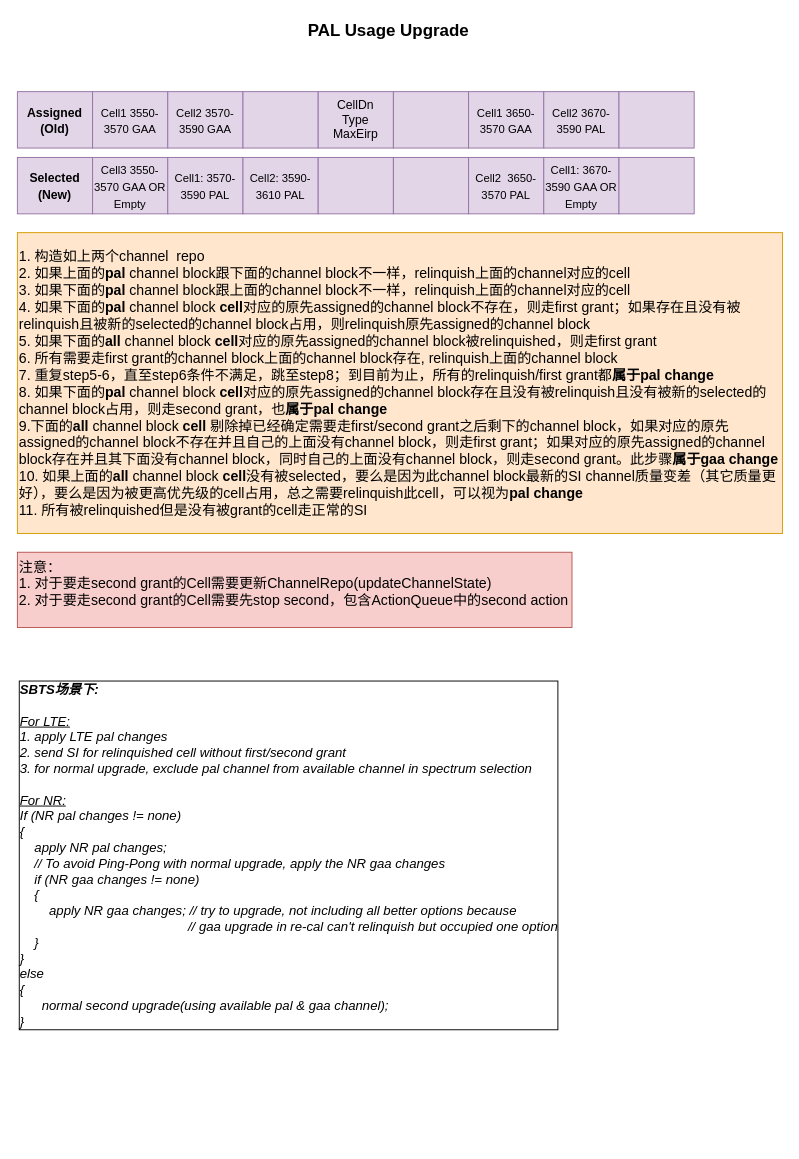
Before: Pal_Change_Algorithm.drawio in xdlhzdh/drawio, a draw.io diagram. Source tidied: cells renumbered, new cells numbered last; positions are measured from the earlier drawing's top-left corner, leaving out a move shared by most shapes. Both pictures are drawn from the tidied source at 94%, with x=0, y=0 at pixel (17, 16).
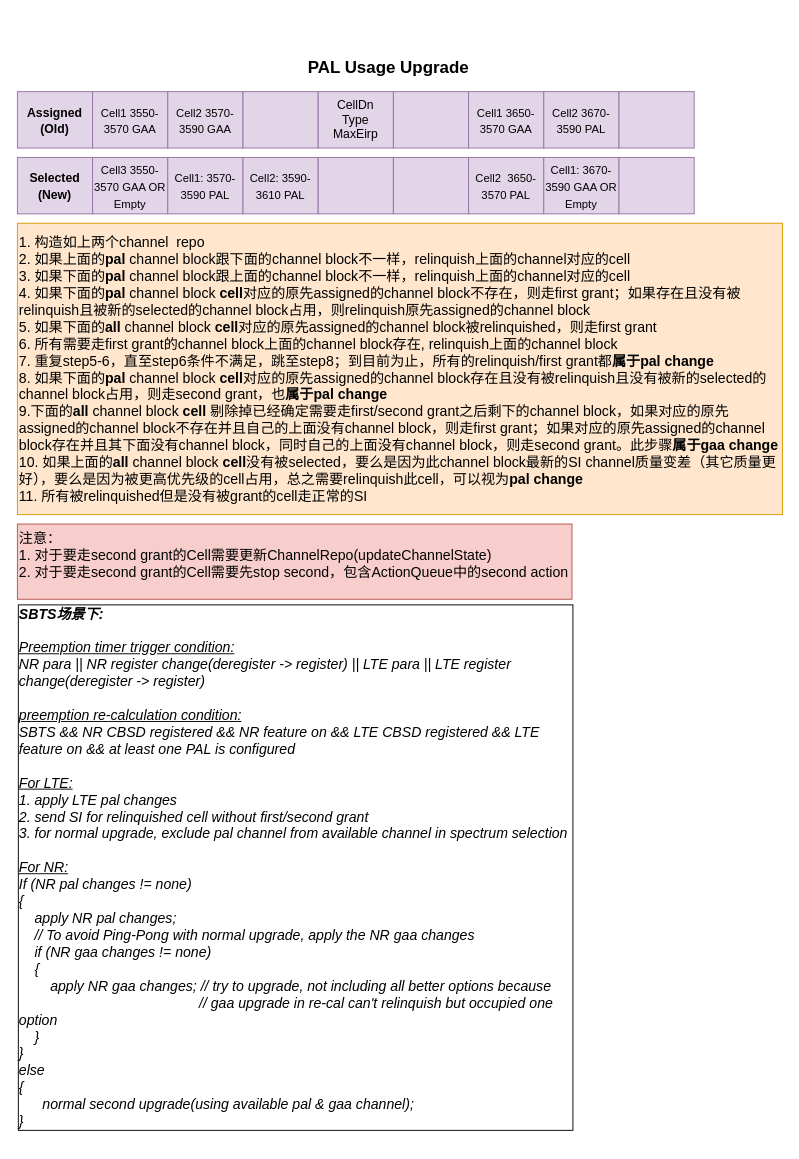
Above is the later version.

Change to the diagram source:
```diff
@@
     <mxCell id="2" value="1. 构造如上两个channel&amp;nbsp; repo&lt;br&gt;2. 如果上面的&lt;b&gt;pal &lt;/b&gt;channel block跟下面的channel block不一样，relinquish上面的channel对应的cell&lt;br&gt;3. 如果下面的&lt;b&gt;pal &lt;/b&gt;channel block跟上面的channel block不一样，relinquish上面的channel对应的cell&lt;br&gt;4. 如果下面的&lt;b&gt;pal &lt;/b&gt;channel block &lt;b&gt;cell&lt;/b&gt;对应的原先assigned的channel block不存在，则走first grant；如果存在且没有被relinquish且被新的selected的channel block占用，则relinquish原先assigned的channel block&lt;br&gt;5. 如果下面的&lt;b&gt;all &lt;/b&gt;channel block &lt;b&gt;cell&lt;/b&gt;对应的原先assigned的channel block被relinquished，则走first grant&lt;br&gt;6. 所有需要走first grant的channel block上面的channel block存在, relinquish上面的channel block&lt;br&gt;7. 重复step5-6，直至step6条件不满足，跳至step8；到目前为止，所有的relinquish/first grant都&lt;b&gt;属于pal change&lt;/b&gt;&lt;br&gt;8. 如果下面的&lt;b&gt;pal &lt;/b&gt;channel block &lt;b&gt;cell&lt;/b&gt;对应的原先assigned的channel block存在且没有被relinquish且没有被新的selected的channel block占用，则走second grant，也&lt;b&gt;属于pal change&lt;/b&gt;&lt;br&gt;9.下面的&lt;b&gt;all &lt;/b&gt;channel block &lt;b&gt;cell &lt;/b&gt;剔除掉已经确定需要走first/second grant之后剩下的channel block，如果对应的原先assigned的channel block不存在并且自己的上面没有channel block，则走first grant；如果对应的原先assigned的channel block存在并且其下面没有channel block，同时自己的上面没有channel block，则走second grant。此步骤&lt;b&gt;属于gaa change&lt;/b&gt;&lt;br&gt;10. 如果上面的&lt;b&gt;all&amp;nbsp;&lt;/b&gt;channel block &lt;b&gt;cell&lt;/b&gt;没有被selected，要么是因为此channel block最新的SI channel质量变差（其它质量更好），要么是因为被更高优先级的cell占用，总之需要relinquish此cell，可以视为&lt;b&gt;pal change&lt;/b&gt;&lt;br&gt;11. 所有被relinquished但是没有被grant的cell走正常的SI" style="rounded=0;whiteSpace=wrap;html=1;align=left;fontSize=15;fillColor=#ffe6cc;strokeColor=#d79b00;fontFamily=Helvetica;" parent="1" vertex="1">
-      <mxGeometry y="230" width="814" height="320" as="geometry" />
+      <mxGeometry y="220" width="814" height="310" as="geometry" />
     </mxCell>
@@
     <mxCell id="21" value="PAL Usage Upgrade" style="text;html=1;strokeColor=none;fillColor=none;align=center;verticalAlign=middle;whiteSpace=wrap;rounded=0;fontSize=18;fontColor=#000000;fontStyle=1;fontFamily=Helvetica;" parent="1" vertex="1">
-      <mxGeometry x="285" width="220" height="30" as="geometry" />
+      <mxGeometry x="285" y="40" width="220" height="30" as="geometry" />
     </mxCell>
     <mxCell id="22" value="&lt;font style=&quot;font-size: 15px&quot;&gt;注意：&lt;br&gt;1. 对于要走second grant的Cell需要更新ChannelRepo(updateChannelState)&lt;br&gt;2. 对于要走second grant的Cell需要先stop second，包含ActionQueue中的second action&lt;br&gt;&lt;/font&gt;" style="text;html=1;strokeColor=#b85450;fillColor=#f8cecc;align=left;verticalAlign=top;whiteSpace=wrap;rounded=0;fontSize=14;fontFamily=Helvetica;" parent="1" vertex="1">
-      <mxGeometry y="570" width="590" height="80" as="geometry" />
+      <mxGeometry y="540" width="590" height="80" as="geometry" />
     </mxCell>
-    <mxCell id="23" value="&lt;i&gt;&lt;b style=&quot;font-size: 14px;&quot;&gt;SBTS场景下:&lt;/b&gt;&lt;br style=&quot;font-size: 14px;&quot;&gt;&lt;br&gt;&lt;u style=&quot;&quot;&gt;For LTE:&lt;/u&gt;&lt;br style=&quot;font-size: 14px;&quot;&gt;1. apply LTE pal changes&lt;br style=&quot;font-size: 14px;&quot;&gt;2. send SI for relinquished cell without first/second grant&lt;br style=&quot;font-size: 14px;&quot;&gt;3. for normal upgrade, exclude pal channel from available channel in spectrum selection&amp;nbsp;&lt;br style=&quot;font-size: 14px;&quot;&gt;&lt;br style=&quot;font-size: 14px;&quot;&gt;&lt;u style=&quot;&quot;&gt;For NR:&lt;/u&gt;&lt;br style=&quot;font-size: 14px;&quot;&gt;If (NR pal changes != none)&lt;br style=&quot;font-size: 14px;&quot;&gt;{&lt;br style=&quot;font-size: 14px;&quot;&gt;&amp;nbsp; &amp;nbsp; apply NR pal changes;&lt;br&gt;&amp;nbsp; &amp;nbsp; // To avoid Ping-Pong with normal upgrade, apply the&amp;nbsp;&lt;/i&gt;&lt;i&gt;NR gaa changes&lt;/i&gt;&lt;i&gt;&lt;br style=&quot;font-size: 14px;&quot;&gt;&amp;nbsp; &amp;nbsp; if (NR gaa changes != none)&lt;br style=&quot;font-size: 14px;&quot;&gt;&amp;nbsp; &amp;nbsp; {&lt;br style=&quot;font-size: 14px;&quot;&gt;&amp;nbsp; &amp;nbsp; &amp;nbsp; &amp;nbsp; apply NR gaa changes; // try to upgrade, not including all better options because&amp;nbsp;&lt;br&gt;&amp;nbsp; &amp;nbsp; &amp;nbsp; &amp;nbsp; &amp;nbsp; &amp;nbsp; &amp;nbsp; &amp;nbsp; &amp;nbsp; &amp;nbsp; &amp;nbsp; &amp;nbsp; &amp;nbsp; &amp;nbsp; &amp;nbsp; &amp;nbsp; &amp;nbsp; &amp;nbsp; &amp;nbsp; &amp;nbsp; &amp;nbsp; &amp;nbsp; &amp;nbsp; // gaa upgrade in re-cal can't relinquish but occupied one option&lt;br style=&quot;font-size: 14px;&quot;&gt;&amp;nbsp; &amp;nbsp; }&lt;br style=&quot;font-size: 14px;&quot;&gt;}&lt;br style=&quot;font-size: 14px;&quot;&gt;else&lt;br style=&quot;font-size: 14px;&quot;&gt;{&lt;br style=&quot;font-size: 14px;&quot;&gt;&amp;nbsp; &amp;nbsp; &amp;nbsp; normal second upgrade(using available pal &amp;amp; gaa channel);&lt;br style=&quot;font-size: 14px;&quot;&gt;}&lt;/i&gt;" style="text;html=1;strokeColor=none;fillColor=none;align=left;verticalAlign=top;whiteSpace=wrap;rounded=0;fontSize=14;fontFamily=Helvetica;labelBorderColor=default;labelBackgroundColor=none;sketch=0;shadow=0;glass=0;" parent="1" vertex="1">
-      <mxGeometry y="700" width="594" height="380" as="geometry" />
+    <mxCell id="23" value="&lt;font style=&quot;font-size: 15px;&quot;&gt;&lt;font style=&quot;font-size: 15px;&quot;&gt;&lt;b style=&quot;font-style: italic;&quot;&gt;SBTS场景下:&lt;br&gt;&lt;/b&gt;&lt;br&gt;&lt;i style=&quot;&quot;&gt;&lt;u&gt;Preemption timer trigger condition:&lt;/u&gt;&lt;br&gt;NR para || NR register change(deregister -&amp;gt; register) || LTE para || LTE register change(deregister -&amp;gt; register)&lt;br&gt;&lt;br&gt;&lt;u&gt;preemption re-calculation condition:&lt;/u&gt;&lt;br&gt;SBTS &amp;amp;&amp;amp; NR CBSD registered &amp;amp;&amp;amp; NR feature on &amp;amp;&amp;amp; LTE CBSD registered &amp;amp;&amp;amp; LTE feature on &amp;amp;&amp;amp; at least one PAL is configured&lt;br style=&quot;&quot;&gt;&lt;/i&gt;&lt;br&gt;&lt;u style=&quot;font-style: italic;&quot;&gt;For LTE:&lt;/u&gt;&lt;br style=&quot;&quot;&gt;&lt;i style=&quot;&quot;&gt;1. apply LTE pal changes&lt;/i&gt;&lt;br style=&quot;&quot;&gt;&lt;i style=&quot;&quot;&gt;2. send SI for relinquished cell without first/second grant&lt;/i&gt;&lt;br style=&quot;&quot;&gt;&lt;i style=&quot;&quot;&gt;3. for normal upgrade, exclude pal channel from available channel in spectrum selection&amp;nbsp;&lt;/i&gt;&lt;br style=&quot;&quot;&gt;&lt;br style=&quot;&quot;&gt;&lt;u style=&quot;font-style: italic;&quot;&gt;For NR:&lt;/u&gt;&lt;/font&gt;&lt;br style=&quot;&quot;&gt;&lt;i&gt;If (NR pal changes != none)&lt;/i&gt;&lt;br style=&quot;&quot;&gt;&lt;i&gt;{&lt;/i&gt;&lt;br style=&quot;&quot;&gt;&lt;i&gt;&amp;nbsp; &amp;nbsp; apply NR pal changes;&lt;/i&gt;&lt;br&gt;&lt;i&gt;&amp;nbsp; &amp;nbsp; // To avoid Ping-Pong with normal upgrade, apply the&amp;nbsp;NR gaa changes&lt;/i&gt;&lt;i&gt;&lt;br style=&quot;&quot;&gt;&amp;nbsp; &amp;nbsp; if (NR gaa changes != none)&lt;br style=&quot;&quot;&gt;&amp;nbsp; &amp;nbsp; {&lt;br style=&quot;&quot;&gt;&amp;nbsp; &amp;nbsp; &amp;nbsp; &amp;nbsp; apply NR gaa changes; // try to upgrade, not including all better options because&amp;nbsp;&lt;br&gt;&amp;nbsp; &amp;nbsp; &amp;nbsp; &amp;nbsp; &amp;nbsp; &amp;nbsp; &amp;nbsp; &amp;nbsp; &amp;nbsp; &amp;nbsp; &amp;nbsp; &amp;nbsp; &amp;nbsp; &amp;nbsp; &amp;nbsp; &amp;nbsp; &amp;nbsp; &amp;nbsp; &amp;nbsp; &amp;nbsp; &amp;nbsp; &amp;nbsp; &amp;nbsp; // gaa upgrade in re-cal can't relinquish but occupied one option&lt;br style=&quot;&quot;&gt;&amp;nbsp; &amp;nbsp; }&lt;br style=&quot;&quot;&gt;}&lt;br style=&quot;&quot;&gt;else&lt;br style=&quot;&quot;&gt;{&lt;br style=&quot;&quot;&gt;&amp;nbsp; &amp;nbsp; &amp;nbsp; normal second upgrade(using available pal &amp;amp; gaa channel);&lt;br style=&quot;&quot;&gt;}&lt;/i&gt;&lt;/font&gt;" style="text;html=1;strokeColor=none;fillColor=none;align=left;verticalAlign=top;whiteSpace=wrap;rounded=0;fontSize=14;fontFamily=Helvetica;labelBorderColor=default;labelBackgroundColor=none;sketch=0;shadow=0;glass=0;" parent="1" vertex="1">
+      <mxGeometry x="-1.5" y="619" width="593" height="580" as="geometry" />
     </mxCell>
```
